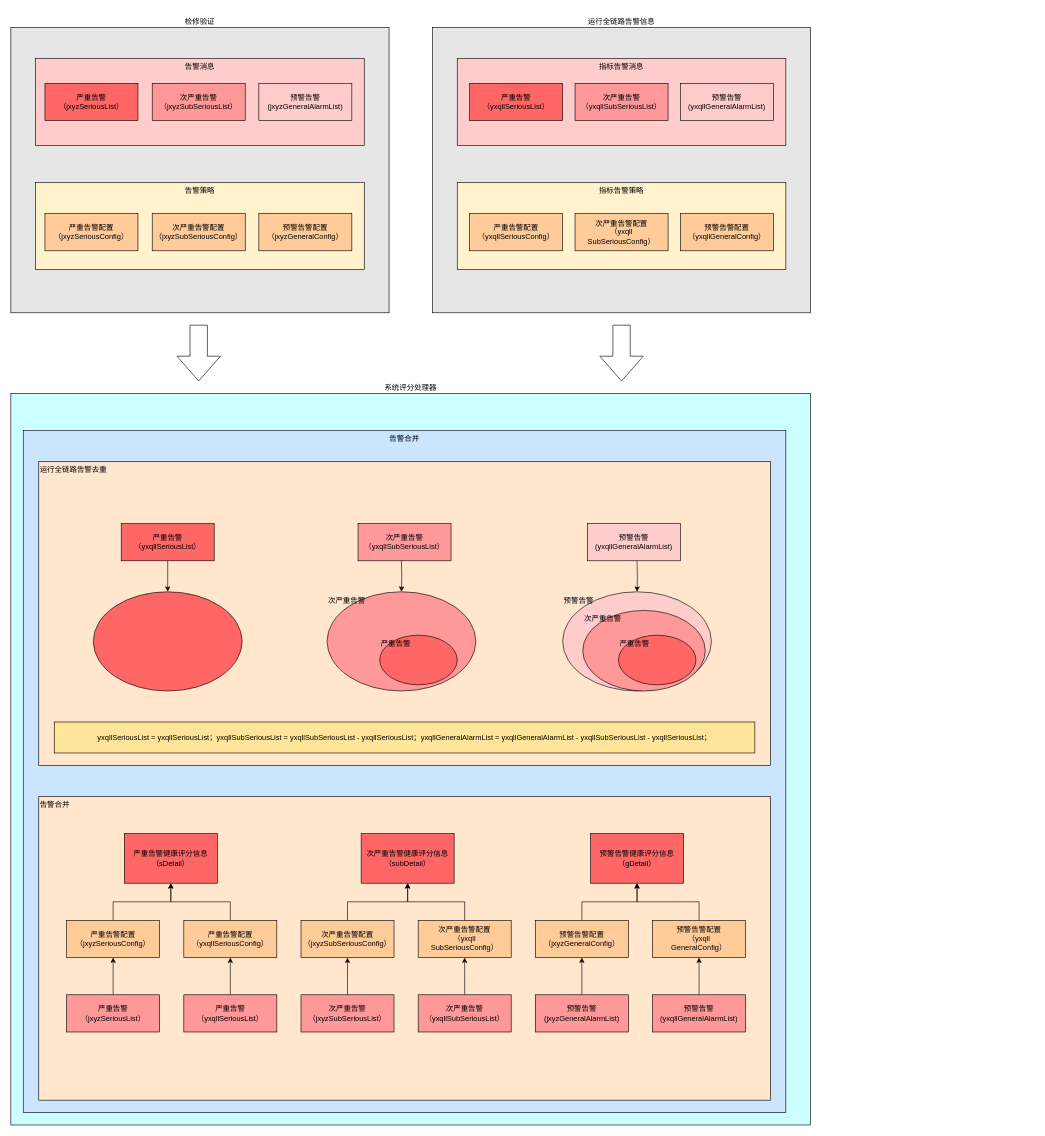
This is 健康模型.drawio from diaosinanshen/draw, a draw.io file, before an edit. Source tidied: cells renumbered, new cells numbered last; positions are measured from the earlier drawing's top-left corner, leaving out a move shared by most shapes. Both pictures are drawn from the tidied source at 62%, with x=0, y=0 at pixel (11, 27).
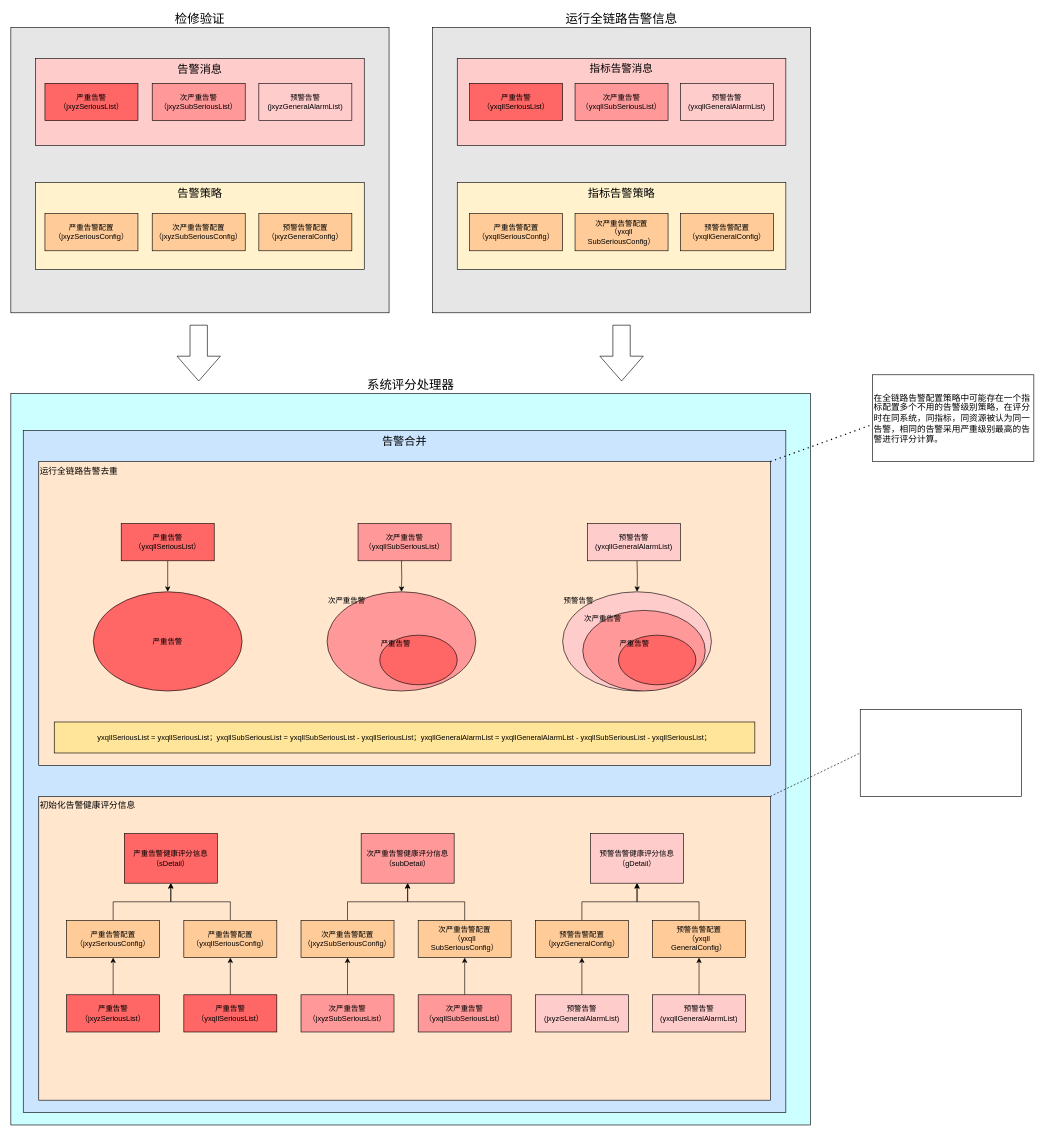
After the change.

Commit message (it also covers changes not shown here):
更新健康模型.drawio

Diff of the diagram source:
```diff
@@
-    <mxCell id="2" value="运行全链路告警信息" style="rounded=0;whiteSpace=wrap;html=1;verticalAlign=bottom;labelPosition=center;verticalLabelPosition=top;align=center;fillColor=#E6E6E6;" parent="1" vertex="1">
+    <mxCell id="2" value="运行全链路告警信息" style="rounded=0;whiteSpace=wrap;html=1;verticalAlign=bottom;labelPosition=center;verticalLabelPosition=top;align=center;fillColor=#E6E6E6;fontSize=20;" parent="1" vertex="1">
       <mxGeometry x="680" width="610" height="460" as="geometry" />
     </mxCell>
-    <mxCell id="3" value="检修验证" style="rounded=0;whiteSpace=wrap;html=1;verticalAlign=bottom;labelPosition=center;verticalLabelPosition=top;align=center;fillColor=#E6E6E6;" parent="1" vertex="1">
+    <mxCell id="3" value="检修验证" style="rounded=0;whiteSpace=wrap;html=1;verticalAlign=bottom;labelPosition=center;verticalLabelPosition=top;align=center;fillColor=#E6E6E6;fontSize=20;" parent="1" vertex="1">
       <mxGeometry width="610" height="460" as="geometry" />
     </mxCell>
-    <mxCell id="4" value="告警消息" style="rounded=0;whiteSpace=wrap;html=1;verticalAlign=top;fillColor=#FFCCCC;" parent="1" vertex="1">
+    <mxCell id="4" value="告警消息" style="rounded=0;whiteSpace=wrap;html=1;verticalAlign=top;fillColor=#FFCCCC;fontSize=18;" parent="1" vertex="1">
       <mxGeometry x="40" y="50" width="530" height="140" as="geometry" />
     </mxCell>
@@
-    <mxCell id="8" value="指标告警消息" style="rounded=0;whiteSpace=wrap;html=1;verticalAlign=top;fillColor=#FFCCCC;" parent="1" vertex="1">
+    <mxCell id="8" value="指标告警消息" style="rounded=0;whiteSpace=wrap;html=1;verticalAlign=top;fillColor=#FFCCCC;fontSize=17;" parent="1" vertex="1">
       <mxGeometry x="720" y="50" width="530" height="140" as="geometry" />
     </mxCell>
@@
-    <mxCell id="12" value="指标告警策略" style="rounded=0;whiteSpace=wrap;html=1;verticalAlign=top;fillColor=#FFF2CC;" parent="1" vertex="1">
+    <mxCell id="12" value="指标告警策略" style="rounded=0;whiteSpace=wrap;html=1;verticalAlign=top;fillColor=#FFF2CC;fontSize=18;" parent="1" vertex="1">
       <mxGeometry x="720" y="250" width="530" height="140" as="geometry" />
     </mxCell>
-    <mxCell id="13" value="告警策略" style="rounded=0;whiteSpace=wrap;html=1;verticalAlign=top;fillColor=#FFF2CC;" parent="1" vertex="1">
+    <mxCell id="13" value="告警策略" style="rounded=0;whiteSpace=wrap;html=1;verticalAlign=top;fillColor=#FFF2CC;fontSize=18;" parent="1" vertex="1">
       <mxGeometry x="40" y="250" width="530" height="140" as="geometry" />
     </mxCell>
-    <mxCell id="14" value="系统评分处理器" style="rounded=0;whiteSpace=wrap;html=1;verticalAlign=bottom;labelPosition=center;verticalLabelPosition=top;align=center;fillColor=#CCFFFF;" parent="1" vertex="1">
+    <mxCell id="14" value="系统评分处理器" style="rounded=0;whiteSpace=wrap;html=1;verticalAlign=bottom;labelPosition=center;verticalLabelPosition=top;align=center;fillColor=#CCFFFF;fontSize=20;" parent="1" vertex="1">
       <mxGeometry y="590" width="1290" height="1180" as="geometry" />
     </mxCell>
-    <mxCell id="15" value="告警合并" style="rounded=0;whiteSpace=wrap;html=1;verticalAlign=top;fillColor=#CCE5FF;" parent="1" vertex="1">
+    <mxCell id="15" value="告警合并" style="rounded=0;whiteSpace=wrap;html=1;verticalAlign=top;fillColor=#CCE5FF;fontSize=18;" parent="1" vertex="1">
       <mxGeometry x="20" y="650" width="1230" height="1100" as="geometry" />
     </mxCell>
@@
-    <mxCell id="22" value="运行全链路告警去重" style="rounded=0;whiteSpace=wrap;html=1;verticalAlign=top;align=left;labelPosition=center;verticalLabelPosition=middle;fillColor=#FFE6CC;" parent="1" vertex="1">
+    <mxCell id="22" value="运行全链路告警去重" style="rounded=0;whiteSpace=wrap;html=1;verticalAlign=top;align=left;labelPosition=center;verticalLabelPosition=middle;fillColor=#FFE6CC;fontSize=14;" parent="1" vertex="1">
       <mxGeometry x="45" y="700" width="1180" height="490" as="geometry" />
     </mxCell>
-    <mxCell id="23" value="告警合并" style="rounded=0;whiteSpace=wrap;html=1;align=left;verticalAlign=top;fillColor=#FFE6CC;" parent="1" vertex="1">
+    <mxCell id="23" value="初始化告警健康评分信息" style="rounded=0;whiteSpace=wrap;html=1;align=left;verticalAlign=top;fillColor=#FFE6CC;fontSize=14;" parent="1" vertex="1">
       <mxGeometry x="45" y="1240" width="1180" height="490" as="geometry" />
     </mxCell>
@@
-    <mxCell id="26" value="次严重告警健康评分信息&lt;br&gt;（subDetail）" style="rounded=0;whiteSpace=wrap;html=1;fillColor=#FF6666;" parent="1" vertex="1">
+    <mxCell id="26" value="次严重告警健康评分信息&lt;br&gt;（subDetail）" style="rounded=0;whiteSpace=wrap;html=1;fillColor=#FF9999;" parent="1" vertex="1">
       <mxGeometry x="565" y="1300" width="150" height="80" as="geometry" />
     </mxCell>
-    <mxCell id="27" value="预警告警健康评分信息&lt;br&gt;（gDetail）" style="rounded=0;whiteSpace=wrap;html=1;fillColor=#FF6666;" parent="1" vertex="1">
+    <mxCell id="27" value="预警告警健康评分信息&lt;br&gt;（gDetail）" style="rounded=0;whiteSpace=wrap;html=1;fillColor=#FFCCCC;" parent="1" vertex="1">
       <mxGeometry x="935" y="1300" width="150" height="80" as="geometry" />
     </mxCell>
@@
-    <mxCell id="41" value="严重告警&lt;br&gt;（jxyzSeriousList）" style="rounded=0;whiteSpace=wrap;html=1;fillColor=#FF9999;" parent="1" vertex="1">
+    <mxCell id="41" value="严重告警&lt;br&gt;（jxyzSeriousList）" style="rounded=0;whiteSpace=wrap;html=1;fillColor=#FF6666;" parent="1" vertex="1">
       <mxGeometry x="90" y="1560" width="150" height="60" as="geometry" />
     </mxCell>
@@
-    <mxCell id="43" value="严重告警&lt;br&gt;（yxqllSeriousList）" style="rounded=0;whiteSpace=wrap;html=1;fillColor=#FF9999;" parent="1" vertex="1">
+    <mxCell id="43" value="严重告警&lt;br&gt;（yxqllSeriousList）" style="rounded=0;whiteSpace=wrap;html=1;fillColor=#FF6666;" parent="1" vertex="1">
       <mxGeometry x="279" y="1560" width="150" height="60" as="geometry" />
     </mxCell>
@@
-    <mxCell id="49" value="预警告警&lt;br&gt;(jxyzGeneralAlarmList)" style="rounded=0;whiteSpace=wrap;html=1;fillColor=#FF9999;" parent="1" vertex="1">
+    <mxCell id="49" value="预警告警&lt;br&gt;(jxyzGeneralAlarmList)" style="rounded=0;whiteSpace=wrap;html=1;fillColor=#FFCCCC;" parent="1" vertex="1">
       <mxGeometry x="846" y="1560" width="150" height="60" as="geometry" />
     </mxCell>
@@
-    <mxCell id="51" value="预警告警&lt;br&gt;(yxqllGeneralAlarmList)" style="rounded=0;whiteSpace=wrap;html=1;fillColor=#FF9999;" parent="1" vertex="1">
+    <mxCell id="51" value="预警告警&lt;br&gt;(yxqllGeneralAlarmList)" style="rounded=0;whiteSpace=wrap;html=1;fillColor=#FFCCCC;" parent="1" vertex="1">
       <mxGeometry x="1035" y="1560" width="150" height="60" as="geometry" />
     </mxCell>
@@
-    <mxCell id="58" style="ellipse;whiteSpace=wrap;html=1;fillColor=#FF6666;" parent="1" vertex="1">
+    <mxCell id="58" value="严重告警" style="ellipse;whiteSpace=wrap;html=1;fillColor=#FF6666;" parent="1" vertex="1">
       <mxGeometry x="133" y="910" width="240" height="160" as="geometry" />
     </mxCell>
@@
+    <mxCell id="66" style="endArrow=none;dashed=1;html=1;dashPattern=1 3;strokeWidth=2;rounded=0;fontSize=14;exitX=1;exitY=0;exitDx=0;exitDy=0;" parent="1" edge="1" source="22">
+      <mxGeometry relative="1" as="geometry">
+        <mxPoint x="1390" y="640" as="targetPoint" />
+      </mxGeometry>
+    </mxCell>
+    <mxCell id="67" value="在全链路告警配置策略中可能存在一个指标配置多个不用的告警级别策略，在评分时在同系统，同指标，同资源被认为同一告警，相同的告警采用严重级别最高的告警进行评分计算。" style="text;html=1;strokeColor=default;fillColor=none;align=left;verticalAlign=middle;whiteSpace=wrap;rounded=0;fontSize=14;" parent="1" vertex="1">
+      <mxGeometry x="1390" y="560" width="260" height="140" as="geometry" />
+    </mxCell>
+    <mxCell id="68" style="endArrow=none;dashed=1;html=1;rounded=0;fontSize=14;exitX=1;exitY=0;exitDx=0;exitDy=0;" parent="1" edge="1" source="23">
+      <mxGeometry relative="1" as="geometry">
+        <mxPoint x="1370" y="1170" as="targetPoint" />
+      </mxGeometry>
+    </mxCell>
+    <mxCell id="69" style="text;html=1;strokeColor=default;fillColor=none;align=left;verticalAlign=middle;whiteSpace=wrap;rounded=0;fontSize=14;" parent="1" vertex="1">
+      <mxGeometry x="1370" y="1100" width="260" height="140" as="geometry" />
+    </mxCell>
```
